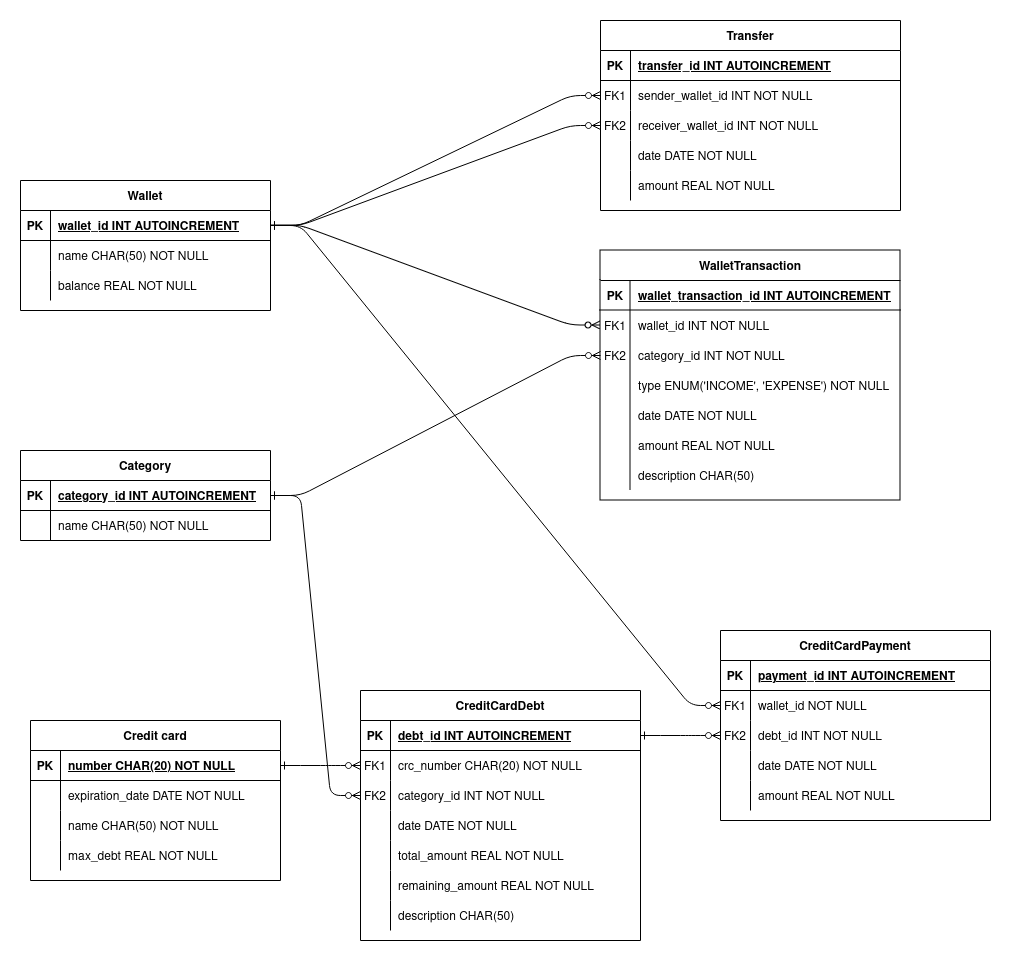
Above: docs/db_ER_model.png in luk3rr/MFN (draw.io), before the change. Source tidied: cells renumbered, new cells last; positions are measured from the earlier drawing's top-left corner, leaving out a move shared by most shapes.
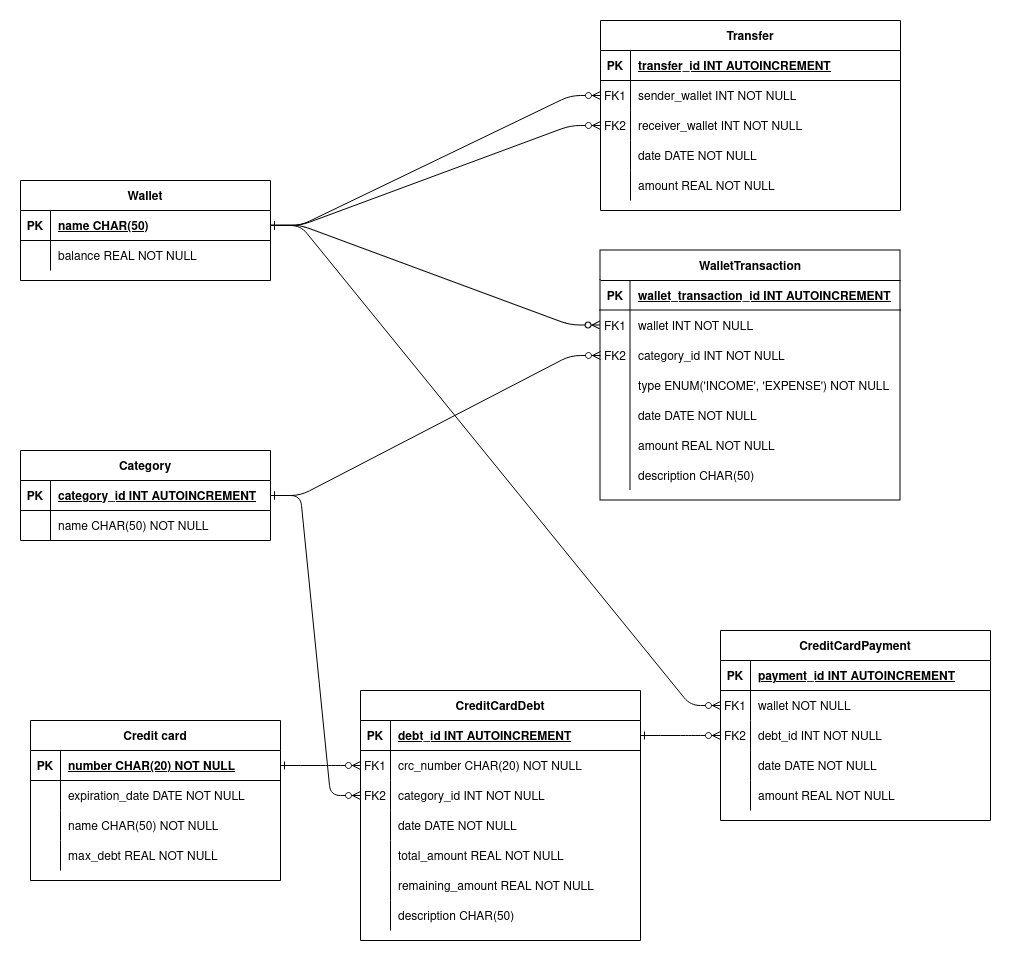
Above is the later version.

Commit message:
+ Fix table creation + Add wallet class

What changed in the source:
```diff
@@ -23,7 +23,7 @@
     <mxCell id="8" value="FK1" style="shape=partialRectangle;overflow=hidden;fillColor=none;top=0;left=0;bottom=0;right=0;" parent="7" vertex="1">
       <mxGeometry width="30" height="30" as="geometry" />
     </mxCell>
-    <mxCell id="9" value="wallet_id INT NOT NULL" style="shape=partialRectangle;overflow=hidden;fillColor=none;top=0;left=0;bottom=0;right=0;align=left;spacingLeft=6;" parent="7" vertex="1">
+    <mxCell id="9" value="wallet INT NOT NULL" style="shape=partialRectangle;overflow=hidden;fillColor=none;top=0;left=0;bottom=0;right=0;align=left;spacingLeft=6;" parent="7" vertex="1">
       <mxGeometry x="30" width="270" height="30" as="geometry" />
     </mxCell>
     <mxCell id="10" style="shape=partialRectangle;fillColor=none;points=[[0,0.5],[1,0.5]];portConstraint=eastwest;top=0;left=0;right=0;bottom=0;" parent="3" vertex="1">
@@ -111,7 +111,7 @@
       <mxGeometry x="30" width="220" height="30" as="geometry" />
     </mxCell>
     <mxCell id="38" value="Wallet" style="shape=table;startSize=30;rowLines=0;fontStyle=1;align=center;" parent="1" vertex="1">
-      <mxGeometry y="160" width="250" height="130" as="geometry" />
+      <mxGeometry y="160" width="250" height="100" as="geometry" />
     </mxCell>
     <mxCell id="39" style="shape=partialRectangle;fillColor=none;points=[[0,0.5],[1,0.5]];portConstraint=eastwest;top=0;left=0;right=0;bottom=1;" parent="38" vertex="1">
       <mxGeometry y="30" width="250" height="30" as="geometry" />
@@ -119,20 +119,11 @@
     <mxCell id="40" value="PK" style="shape=partialRectangle;overflow=hidden;fillColor=none;top=0;left=0;bottom=0;right=0;fontStyle=1;" parent="39" vertex="1">
       <mxGeometry width="30" height="30" as="geometry" />
     </mxCell>
-    <mxCell id="41" value="wallet_id INT AUTOINCREMENT " style="shape=partialRectangle;overflow=hidden;fillColor=none;top=0;left=0;bottom=0;right=0;align=left;spacingLeft=6;fontStyle=5;" parent="39" vertex="1">
+    <mxCell id="41" value="name CHAR(50) " style="shape=partialRectangle;overflow=hidden;fillColor=none;top=0;left=0;bottom=0;right=0;align=left;spacingLeft=6;fontStyle=5;" parent="39" vertex="1">
       <mxGeometry x="30" width="220" height="30" as="geometry" />
     </mxCell>
-    <mxCell id="42" style="shape=partialRectangle;fillColor=none;top=0;left=0;right=0;bottom=0;" parent="38" vertex="1">
-      <mxGeometry y="60" width="250" height="30" as="geometry" />
-    </mxCell>
-    <mxCell id="43" style="shape=partialRectangle;overflow=hidden;fillColor=none;top=0;left=0;bottom=0;right=0;" parent="42" vertex="1">
-      <mxGeometry width="30" height="30" as="geometry" />
-    </mxCell>
-    <mxCell id="44" value="name CHAR(50) NOT NULL" style="shape=partialRectangle;overflow=hidden;fillColor=none;top=0;left=0;bottom=0;right=0;align=left;spacingLeft=6;" parent="42" vertex="1">
-      <mxGeometry x="30" width="220" height="30" as="geometry" />
-    </mxCell>
     <mxCell id="45" style="shape=partialRectangle;fillColor=none;top=0;left=0;right=0;bottom=0;" parent="38" vertex="1">
-      <mxGeometry y="90" width="250" height="30" as="geometry" />
+      <mxGeometry y="60" width="250" height="30" as="geometry" />
     </mxCell>
     <mxCell id="46" style="shape=partialRectangle;overflow=hidden;fillColor=none;top=0;left=0;bottom=0;right=0;" parent="45" vertex="1">
       <mxGeometry width="30" height="30" as="geometry" />
@@ -260,7 +251,7 @@
     <mxCell id="87" value="FK1" style="shape=partialRectangle;overflow=hidden;fillColor=none;top=0;left=0;bottom=0;right=0;" parent="86" vertex="1">
       <mxGeometry width="30" height="30" as="geometry" />
     </mxCell>
-    <mxCell id="88" value="wallet_id NOT NULL" style="shape=partialRectangle;overflow=hidden;fillColor=none;top=0;left=0;bottom=0;right=0;align=left;spacingLeft=6;" parent="86" vertex="1">
+    <mxCell id="88" value="wallet NOT NULL" style="shape=partialRectangle;overflow=hidden;fillColor=none;top=0;left=0;bottom=0;right=0;align=left;spacingLeft=6;" parent="86" vertex="1">
       <mxGeometry x="30" width="240" height="30" as="geometry" />
     </mxCell>
     <mxCell id="89" style="shape=partialRectangle;fillColor=none;points=[[0,0.5],[1,0.5]];portConstraint=eastwest;top=0;left=0;right=0;bottom=0;" parent="82" vertex="1">
@@ -318,7 +309,7 @@
     <mxCell id="105" value="FK1" style="shape=partialRectangle;overflow=hidden;fillColor=none;top=0;left=0;bottom=0;right=0;" parent="104" vertex="1">
       <mxGeometry width="30" height="30" as="geometry" />
     </mxCell>
-    <mxCell id="106" value="sender_wallet_id INT NOT NULL" style="shape=partialRectangle;overflow=hidden;fillColor=none;top=0;left=0;bottom=0;right=0;align=left;spacingLeft=6;" parent="104" vertex="1">
+    <mxCell id="106" value="sender_wallet INT NOT NULL" style="shape=partialRectangle;overflow=hidden;fillColor=none;top=0;left=0;bottom=0;right=0;align=left;spacingLeft=6;" parent="104" vertex="1">
       <mxGeometry x="30" width="270" height="30" as="geometry" />
     </mxCell>
     <mxCell id="107" style="shape=partialRectangle;fillColor=none;points=[[0,0.5],[1,0.5]];portConstraint=eastwest;top=0;left=0;right=0;bottom=0;" parent="100" vertex="1">
@@ -327,7 +318,7 @@
     <mxCell id="108" value="FK2" style="shape=partialRectangle;overflow=hidden;fillColor=none;top=0;left=0;bottom=0;right=0;" parent="107" vertex="1">
       <mxGeometry width="30" height="30" as="geometry" />
     </mxCell>
-    <mxCell id="109" value="receiver_wallet_id INT NOT NULL" style="shape=partialRectangle;overflow=hidden;fillColor=none;top=0;left=0;bottom=0;right=0;align=left;spacingLeft=6;" parent="107" vertex="1">
+    <mxCell id="109" value="receiver_wallet INT NOT NULL" style="shape=partialRectangle;overflow=hidden;fillColor=none;top=0;left=0;bottom=0;right=0;align=left;spacingLeft=6;" parent="107" vertex="1">
       <mxGeometry x="30" width="270" height="30" as="geometry" />
     </mxCell>
     <mxCell id="110" style="shape=partialRectangle;fillColor=none;top=0;left=0;right=0;bottom=0;" parent="100" vertex="1">
```
